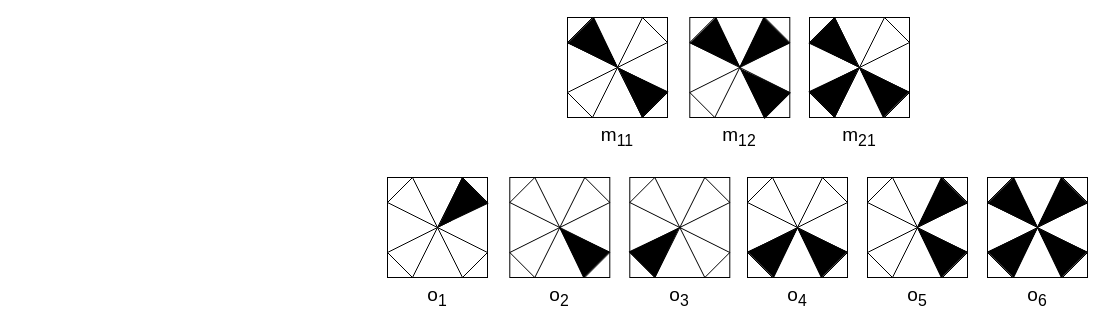
This is pic/input_RE.drawio from Yang-Yuan/raven-extension, a draw.io file, before an edit. Source tidied: cells renumbered, new cells numbered last; positions are measured from the earlier drawing's top-left corner, leaving out a move shared by most shapes. Both pictures are drawn from the tidied source at 100%, with x=0, y=0 at pixel (387, 17).
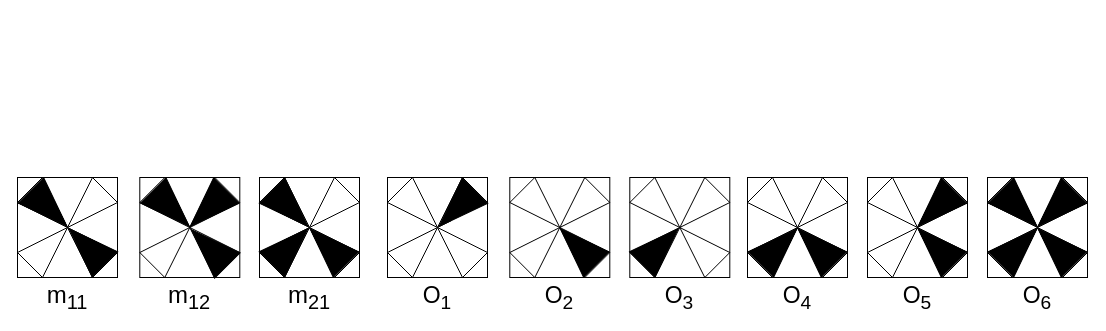
Above is the later version.

What changed in the source:
```diff
@@
     <mxCell id="80" style="group;" parent="1" vertex="1">
-      <mxGeometry x="180" width="100" height="100" as="geometry" />
+      <mxGeometry x="-370" y="160" width="100" height="100" as="geometry" />
     </mxCell>
@@
     <mxCell id="93" style="group;" parent="1" vertex="1">
-      <mxGeometry x="302.3" width="100" height="100" as="geometry" />
+      <mxGeometry x="-247.7" y="160" width="100" height="100" as="geometry" />
     </mxCell>
@@
     <mxCell id="107" style="group;" parent="1" vertex="1">
-      <mxGeometry x="421.7" width="100.3" height="100" as="geometry" />
+      <mxGeometry x="-128.3" y="160" width="100.3" height="100" as="geometry" />
     </mxCell>
@@
-    <mxCell id="121" value="&lt;font style=&quot;font-size: 19px&quot;&gt;m&lt;sub&gt;11&lt;/sub&gt;&lt;/font&gt;" style="text;html=1;strokeColor=none;fillColor=none;align=center;verticalAlign=middle;whiteSpace=wrap;rounded=0;" parent="1" vertex="1">
-      <mxGeometry x="210" y="110" width="40" height="20" as="geometry" />
+    <mxCell id="121" value="&lt;font style=&quot;font-size: 24px&quot;&gt;m&lt;sub&gt;11&lt;/sub&gt;&lt;/font&gt;" style="text;html=1;strokeColor=none;fillColor=none;align=center;verticalAlign=middle;whiteSpace=wrap;rounded=0;" parent="1" vertex="1">
+      <mxGeometry x="-340" y="270" width="40" height="20" as="geometry" />
     </mxCell>
-    <mxCell id="122" value="&lt;span style=&quot;font-size: 19px&quot;&gt;o&lt;sub&gt;1&lt;/sub&gt;&lt;/span&gt;" style="text;html=1;strokeColor=none;fillColor=none;align=center;verticalAlign=middle;whiteSpace=wrap;rounded=0;" parent="1" vertex="1">
+    <mxCell id="122" value="&lt;span style=&quot;font-size: 23px&quot;&gt;O&lt;sub&gt;1&lt;/sub&gt;&lt;/span&gt;" style="text;html=1;strokeColor=none;fillColor=none;align=center;verticalAlign=middle;whiteSpace=wrap;rounded=0;" parent="1" vertex="1">
       <mxGeometry x="30.1" y="270" width="40" height="20" as="geometry" />
     </mxCell>
-    <mxCell id="123" value="&lt;font style=&quot;font-size: 19px&quot;&gt;m&lt;sub&gt;12&lt;/sub&gt;&lt;/font&gt;" style="text;html=1;strokeColor=none;fillColor=none;align=center;verticalAlign=middle;whiteSpace=wrap;rounded=0;" parent="1" vertex="1">
-      <mxGeometry x="332.3" y="110" width="40" height="20" as="geometry" />
+    <mxCell id="123" value="&lt;font style=&quot;font-size: 24px&quot;&gt;m&lt;sub&gt;12&lt;/sub&gt;&lt;/font&gt;" style="text;html=1;strokeColor=none;fillColor=none;align=center;verticalAlign=middle;whiteSpace=wrap;rounded=0;" parent="1" vertex="1">
+      <mxGeometry x="-217.7" y="270" width="40" height="20" as="geometry" />
     </mxCell>
-    <mxCell id="124" value="&lt;font style=&quot;font-size: 19px&quot;&gt;m&lt;sub&gt;21&lt;/sub&gt;&lt;/font&gt;" style="text;html=1;strokeColor=none;fillColor=none;align=center;verticalAlign=middle;whiteSpace=wrap;rounded=0;" parent="1" vertex="1">
-      <mxGeometry x="451.9" y="110" width="40" height="20" as="geometry" />
+    <mxCell id="124" value="&lt;font style=&quot;font-size: 24px&quot;&gt;m&lt;sub&gt;21&lt;/sub&gt;&lt;/font&gt;" style="text;html=1;strokeColor=none;fillColor=none;align=center;verticalAlign=middle;whiteSpace=wrap;rounded=0;" parent="1" vertex="1">
+      <mxGeometry x="-98.1" y="270" width="40" height="20" as="geometry" />
     </mxCell>
-    <mxCell id="125" value="&lt;span style=&quot;font-size: 19px&quot;&gt;o&lt;sub&gt;2&lt;/sub&gt;&lt;/span&gt;" style="text;html=1;strokeColor=none;fillColor=none;align=center;verticalAlign=middle;whiteSpace=wrap;rounded=0;" parent="1" vertex="1">
+    <mxCell id="125" value="&lt;span style=&quot;font-size: 23px&quot;&gt;O&lt;sub&gt;2&lt;/sub&gt;&lt;/span&gt;" style="text;html=1;strokeColor=none;fillColor=none;align=center;verticalAlign=middle;whiteSpace=wrap;rounded=0;" parent="1" vertex="1">
       <mxGeometry x="152.3" y="270" width="40" height="20" as="geometry" />
     </mxCell>
-    <mxCell id="126" value="&lt;span style=&quot;font-size: 19px&quot;&gt;o&lt;sub&gt;3&lt;/sub&gt;&lt;/span&gt;" style="text;html=1;strokeColor=none;fillColor=none;align=center;verticalAlign=middle;whiteSpace=wrap;rounded=0;" parent="1" vertex="1">
+    <mxCell id="126" value="&lt;span style=&quot;font-size: 23px&quot;&gt;O&lt;sub&gt;3&lt;/sub&gt;&lt;/span&gt;" style="text;html=1;strokeColor=none;fillColor=none;align=center;verticalAlign=middle;whiteSpace=wrap;rounded=0;" parent="1" vertex="1">
       <mxGeometry x="272.1" y="270" width="40" height="20" as="geometry" />
     </mxCell>
-    <mxCell id="127" value="&lt;span style=&quot;font-size: 19px&quot;&gt;o&lt;sub&gt;4&lt;/sub&gt;&lt;/span&gt;" style="text;html=1;strokeColor=none;fillColor=none;align=center;verticalAlign=middle;whiteSpace=wrap;rounded=0;" parent="1" vertex="1">
+    <mxCell id="127" value="&lt;span style=&quot;font-size: 23px&quot;&gt;O&lt;sub&gt;4&lt;/sub&gt;&lt;/span&gt;" style="text;html=1;strokeColor=none;fillColor=none;align=center;verticalAlign=middle;whiteSpace=wrap;rounded=0;" parent="1" vertex="1">
       <mxGeometry x="390" y="270" width="40" height="20" as="geometry" />
     </mxCell>
-    <mxCell id="128" value="&lt;span style=&quot;font-size: 19px&quot;&gt;o&lt;sub&gt;5&lt;/sub&gt;&lt;/span&gt;" style="text;html=1;strokeColor=none;fillColor=none;align=center;verticalAlign=middle;whiteSpace=wrap;rounded=0;" parent="1" vertex="1">
+    <mxCell id="128" value="&lt;span style=&quot;font-size: 23px&quot;&gt;O&lt;sub&gt;5&lt;/sub&gt;&lt;/span&gt;" style="text;html=1;strokeColor=none;fillColor=none;align=center;verticalAlign=middle;whiteSpace=wrap;rounded=0;" parent="1" vertex="1">
       <mxGeometry x="510" y="270" width="40" height="20" as="geometry" />
     </mxCell>
-    <mxCell id="129" value="&lt;span style=&quot;font-size: 19px&quot;&gt;o&lt;sub&gt;6&lt;/sub&gt;&lt;/span&gt;" style="text;html=1;strokeColor=none;fillColor=none;align=center;verticalAlign=middle;whiteSpace=wrap;rounded=0;" parent="1" vertex="1">
+    <mxCell id="129" value="&lt;span style=&quot;font-size: 23px&quot;&gt;O&lt;sub&gt;6&lt;/sub&gt;&lt;/span&gt;" style="text;html=1;strokeColor=none;fillColor=none;align=center;verticalAlign=middle;whiteSpace=wrap;rounded=0;" parent="1" vertex="1">
       <mxGeometry x="630" y="270" width="40" height="20" as="geometry" />
     </mxCell>
```
